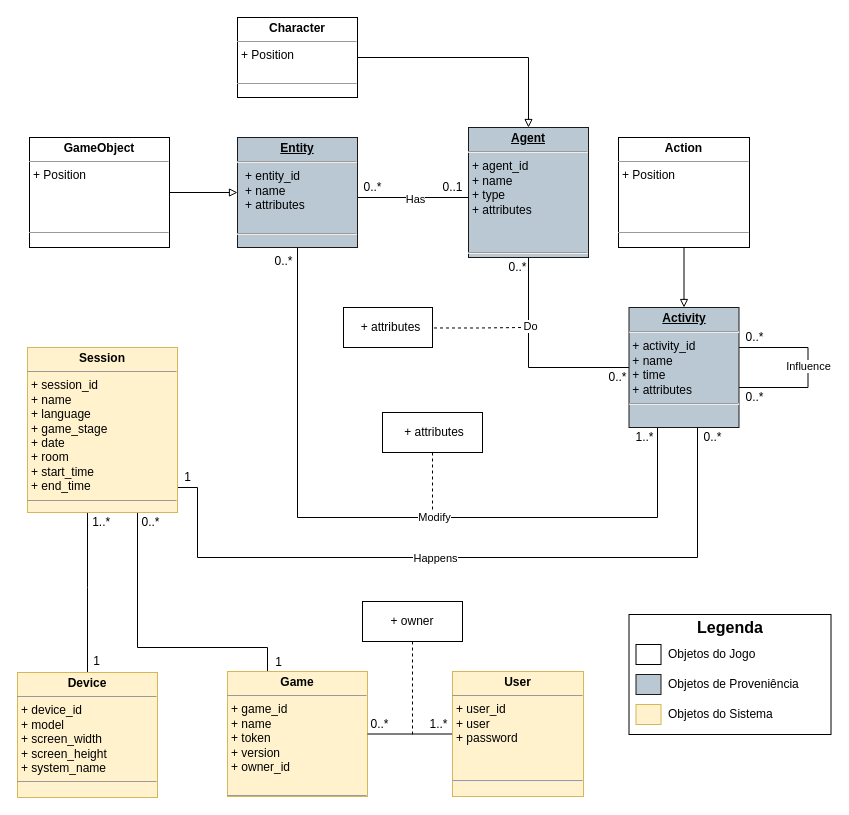
multisens/micelio keeps this draw.io diagram as page "WebAPI Class Model" (4 of 6) of Documentation/Diagramas/Modelo De Dados Proveniencia.drawio. Above is the earlier version. Source tidied: cells renumbered, new cells numbered last; positions are measured from the earlier drawing's top-left corner, leaving out a move shared by most shapes. Both pictures are drawn from the tidied source at 100%, with x=0, y=0 at pixel (17, 17).
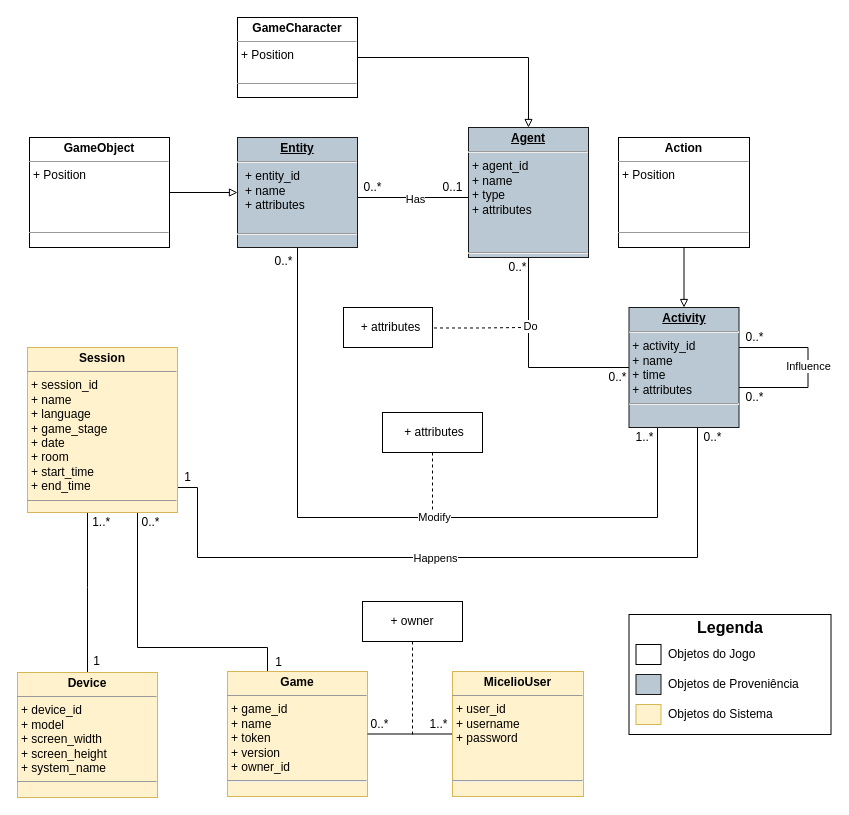
The same diagram, later.

Diff of the diagram source:
```diff
@@
-    <mxCell id="24" value="&lt;p style=&quot;margin: 0px ; margin-top: 4px ; text-align: center&quot;&gt;&lt;b&gt;Game&lt;/b&gt;&lt;/p&gt;&lt;hr size=&quot;1&quot;&gt;&lt;p style=&quot;margin: 0px ; margin-left: 4px&quot;&gt;+ game_id&lt;/p&gt;&lt;p style=&quot;margin: 0px ; margin-left: 4px&quot;&gt;+ name&lt;/p&gt;&lt;p style=&quot;margin: 0px ; margin-left: 4px&quot;&gt;+ token&lt;/p&gt;&lt;p style=&quot;margin: 0px ; margin-left: 4px&quot;&gt;&lt;span&gt;+ version&lt;/span&gt;&lt;/p&gt;&lt;p style=&quot;margin: 0px ; margin-left: 4px&quot;&gt;&lt;span&gt;+ owner_id&lt;/span&gt;&lt;/p&gt;&lt;p style=&quot;margin: 0px ; margin-left: 4px&quot;&gt;&lt;span&gt;&lt;br&gt;&lt;/span&gt;&lt;/p&gt;&lt;hr&gt;" style="verticalAlign=top;align=left;overflow=fill;fontSize=12;fontFamily=Helvetica;html=1;strokeColor=#d6b656;fillColor=#fff2cc;" parent="1" vertex="1">
+    <mxCell id="24" value="&lt;p style=&quot;margin: 0px ; margin-top: 4px ; text-align: center&quot;&gt;&lt;b&gt;Game&lt;/b&gt;&lt;/p&gt;&lt;hr size=&quot;1&quot;&gt;&lt;p style=&quot;margin: 0px ; margin-left: 4px&quot;&gt;+ game_id&lt;/p&gt;&lt;p style=&quot;margin: 0px ; margin-left: 4px&quot;&gt;+ name&lt;/p&gt;&lt;p style=&quot;margin: 0px ; margin-left: 4px&quot;&gt;+ token&lt;/p&gt;&lt;p style=&quot;margin: 0px ; margin-left: 4px&quot;&gt;&lt;span&gt;+ version&lt;/span&gt;&lt;/p&gt;&lt;p style=&quot;margin: 0px ; margin-left: 4px&quot;&gt;&lt;span&gt;+ owner_id&lt;/span&gt;&lt;/p&gt;&lt;hr&gt;" style="verticalAlign=top;align=left;overflow=fill;fontSize=12;fontFamily=Helvetica;html=1;strokeColor=#d6b656;fillColor=#fff2cc;" parent="1" vertex="1">
       <mxGeometry x="210" y="654" width="140" height="125" as="geometry" />
     </mxCell>
@@
-    <mxCell id="52" value="&lt;p style=&quot;margin: 0px ; margin-top: 4px ; text-align: center&quot;&gt;&lt;b&gt;Character&lt;/b&gt;&lt;/p&gt;&lt;hr size=&quot;1&quot;&gt;&lt;p style=&quot;margin: 0px 0px 0px 4px&quot;&gt;+ Position&lt;/p&gt;&lt;p style=&quot;margin: 0px 0px 0px 4px&quot;&gt;&lt;br&gt;&lt;/p&gt;&lt;hr size=&quot;1&quot;&gt;&lt;p style=&quot;margin: 0px ; margin-left: 4px&quot;&gt;&lt;br&gt;&lt;/p&gt;" style="verticalAlign=top;align=left;overflow=fill;fontSize=12;fontFamily=Helvetica;html=1;" parent="1" vertex="1">
+    <mxCell id="52" value="&lt;p style=&quot;margin: 0px ; margin-top: 4px ; text-align: center&quot;&gt;&lt;b&gt;GameCharacter&lt;/b&gt;&lt;/p&gt;&lt;hr size=&quot;1&quot;&gt;&lt;p style=&quot;margin: 0px 0px 0px 4px&quot;&gt;+ Position&lt;/p&gt;&lt;p style=&quot;margin: 0px 0px 0px 4px&quot;&gt;&lt;br&gt;&lt;/p&gt;&lt;hr size=&quot;1&quot;&gt;&lt;p style=&quot;margin: 0px ; margin-left: 4px&quot;&gt;&lt;br&gt;&lt;/p&gt;" style="verticalAlign=top;align=left;overflow=fill;fontSize=12;fontFamily=Helvetica;html=1;" parent="1" vertex="1">
       <mxGeometry x="220" width="120" height="80" as="geometry" />
     </mxCell>
@@
-    <mxCell id="54" value="&lt;p style=&quot;margin: 0px ; margin-top: 4px ; text-align: center&quot;&gt;&lt;b&gt;User&lt;/b&gt;&lt;/p&gt;&lt;hr size=&quot;1&quot;&gt;&lt;p style=&quot;margin: 0px ; margin-left: 4px&quot;&gt;+ user_id&lt;/p&gt;&lt;p style=&quot;margin: 0px ; margin-left: 4px&quot;&gt;+ user&lt;/p&gt;&lt;p style=&quot;margin: 0px ; margin-left: 4px&quot;&gt;+ password&lt;/p&gt;&lt;p style=&quot;margin: 0px ; margin-left: 4px&quot;&gt;&lt;br&gt;&lt;/p&gt;&lt;p style=&quot;margin: 0px ; margin-left: 4px&quot;&gt;&lt;span&gt;&lt;br&gt;&lt;/span&gt;&lt;/p&gt;&lt;hr&gt;" style="verticalAlign=top;align=left;overflow=fill;fontSize=12;fontFamily=Helvetica;html=1;strokeColor=#d6b656;fillColor=#fff2cc;" parent="1" vertex="1">
+    <mxCell id="54" value="&lt;p style=&quot;margin: 0px ; margin-top: 4px ; text-align: center&quot;&gt;&lt;b&gt;MicelioUser&lt;/b&gt;&lt;/p&gt;&lt;hr size=&quot;1&quot;&gt;&lt;p style=&quot;margin: 0px ; margin-left: 4px&quot;&gt;+ user_id&lt;/p&gt;&lt;p style=&quot;margin: 0px ; margin-left: 4px&quot;&gt;+ username&lt;/p&gt;&lt;p style=&quot;margin: 0px ; margin-left: 4px&quot;&gt;+ password&lt;/p&gt;&lt;p style=&quot;margin: 0px ; margin-left: 4px&quot;&gt;&lt;br&gt;&lt;/p&gt;&lt;p style=&quot;margin: 0px ; margin-left: 4px&quot;&gt;&lt;span&gt;&lt;br&gt;&lt;/span&gt;&lt;/p&gt;&lt;hr&gt;" style="verticalAlign=top;align=left;overflow=fill;fontSize=12;fontFamily=Helvetica;html=1;strokeColor=#d6b656;fillColor=#fff2cc;" parent="1" vertex="1">
       <mxGeometry x="435" y="654" width="131" height="125" as="geometry" />
     </mxCell>
```
